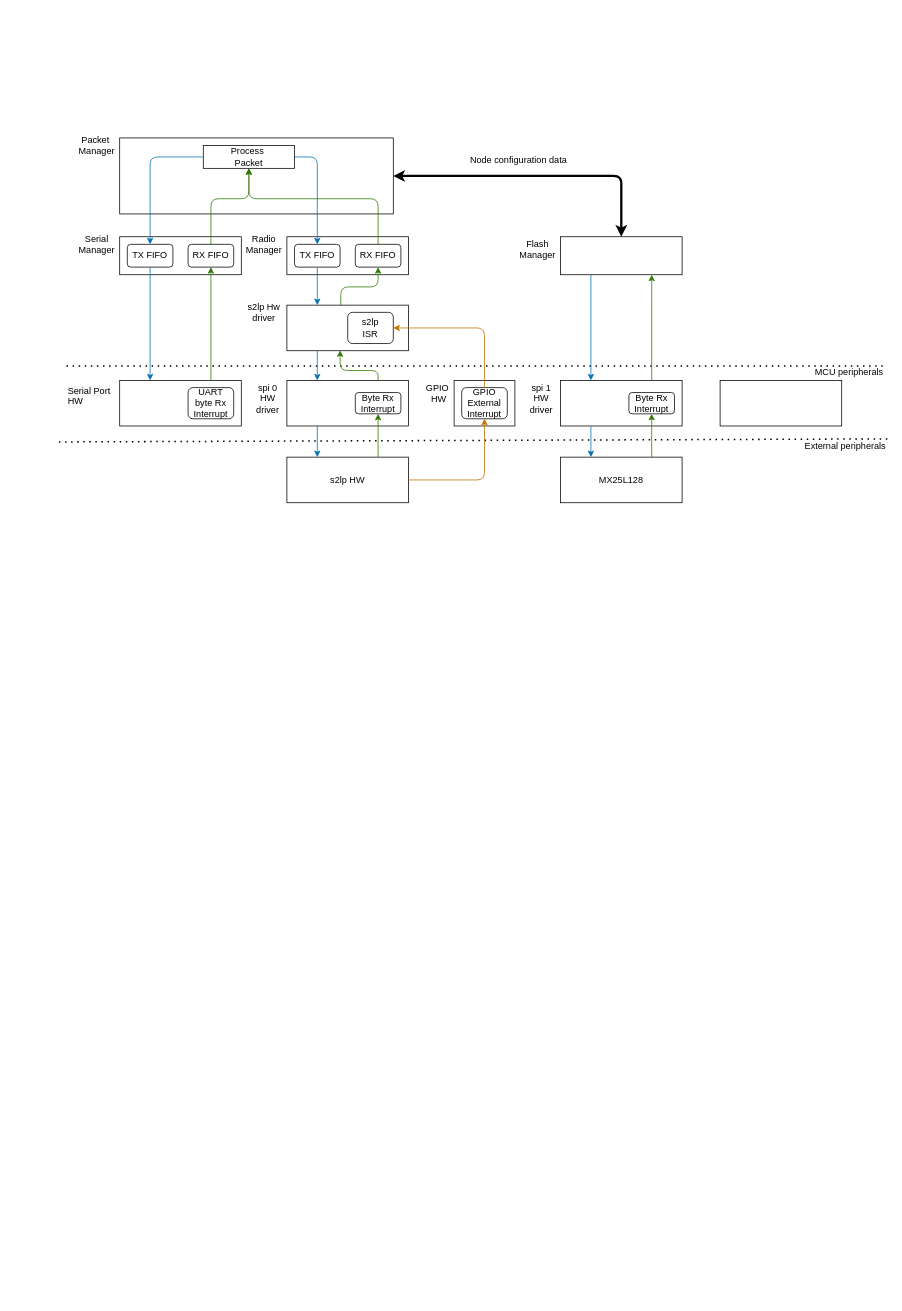
Earlier version of the draw.io diagram McuExpressoLiteMoteProject/liteMote_Module_Diagram.drawio (LMDElectronics/liteMote). Source tidied: cells renumbered, new cells numbered last; positions are measured from the earlier drawing's top-left corner, leaving out a move shared by most shapes. Both pictures are drawn from the tidied source at 76%, with x=0, y=0 at pixel (59, 138).
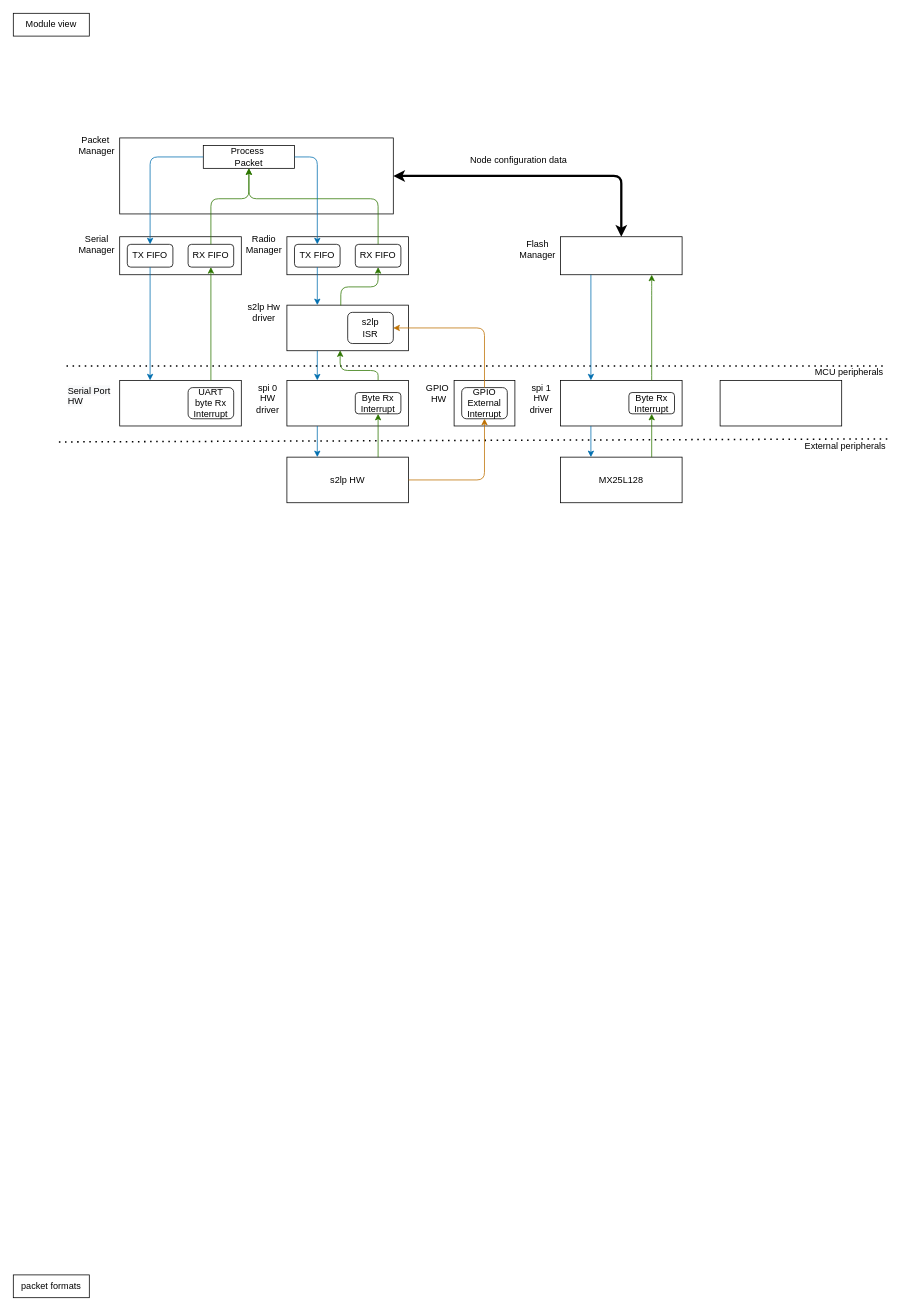
The same diagram, later.

Commit message (it also covers changes not shown here):
feature - adding Rx radio packet to rx radio fifo as a radio packet received

Change to the diagram source:
```diff
@@
+    <mxCell id="57" value="Module view" style="rounded=0;whiteSpace=wrap;html=1;" parent="1" vertex="1">
+      <mxGeometry x="-60" y="-164" width="100" height="30" as="geometry" />
+    </mxCell>
+    <mxCell id="58" value="packet formats" style="rounded=0;whiteSpace=wrap;html=1;" parent="1" vertex="1">
+      <mxGeometry x="-60" y="1496" width="100" height="30" as="geometry" />
+    </mxCell>
```
